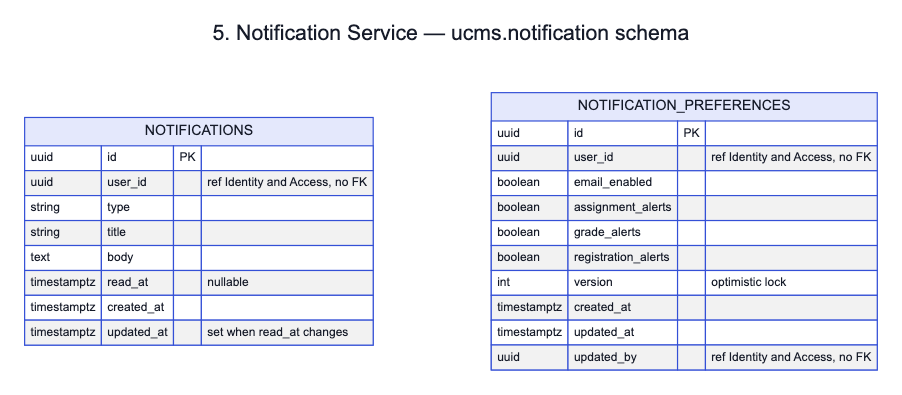
The Mermaid diagram docs/architecture/tables-05-notification.png in ESD-ONE/University-Course-Management-System, before a commit. Its source is kept beside it as docs/architecture/tables-05-notification.mmd.
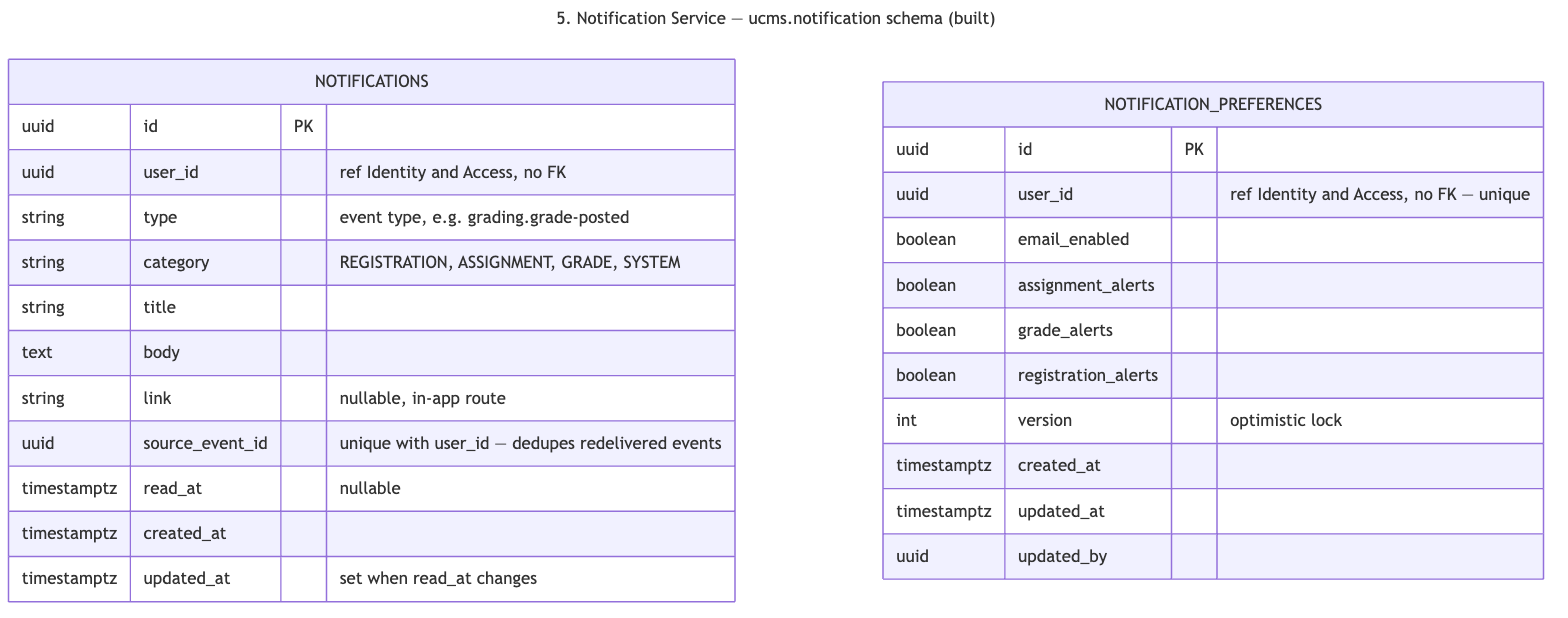
After the change.

Change to the diagram source:
```diff
@@ -1,20 +1,23 @@
 ---
-title: 5. Notification Service — ucms.notification schema
+title: 5. Notification Service — ucms.notification schema (built)
 ---
 erDiagram
     NOTIFICATIONS {
         uuid id PK
         uuid user_id "ref Identity and Access, no FK"
-        string type
+        string type "event type, e.g. grading.grade-posted"
+        string category "REGISTRATION, ASSIGNMENT, GRADE, SYSTEM"
         string title
         text body
+        string link "nullable, in-app route"
+        uuid source_event_id "unique with user_id — dedupes redelivered events"
         timestamptz read_at "nullable"
         timestamptz created_at
         timestamptz updated_at "set when read_at changes"
     }
     NOTIFICATION_PREFERENCES {
         uuid id PK
-        uuid user_id "ref Identity and Access, no FK"
+        uuid user_id "ref Identity and Access, no FK — unique"
         boolean email_enabled
         boolean assignment_alerts
         boolean grade_alerts
@@ -22,5 +25,5 @@
         int version "optimistic lock"
         timestamptz created_at
         timestamptz updated_at
-        uuid updated_by "ref Identity and Access, no FK"
+        uuid updated_by
     }
```
